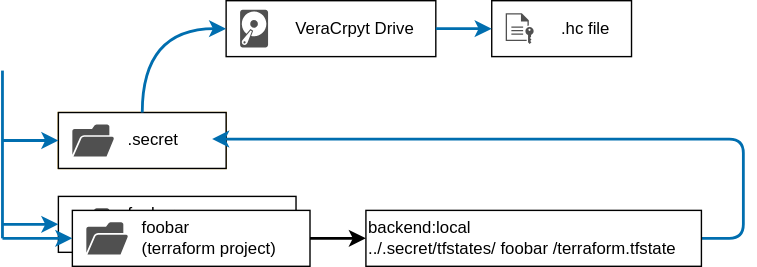
geektr-cloud/bigbang keeps this draw.io diagram as startup/.readme/storage.drawio.svg. Above is the earlier version. Source tidied: cells renumbered, new cells last; positions are measured from the earlier drawing's top-left corner, leaving out a move shared by most shapes. Source of this version:
```xml
<mxGraphModel>
  <root>
    <mxCell id="0" />
    <mxCell id="1" parent="0" />
    <mxCell id="2" style="group;" parent="1" vertex="1">
      <mxGeometry x="40" y="140" width="170" height="40" as="geometry" />
    </mxCell>
    <mxCell id="3" style="rounded=0;whiteSpace=wrap;html=1;" parent="2" vertex="1">
      <mxGeometry width="170" height="40" as="geometry" />
    </mxCell>
    <mxCell id="4" style="sketch=0;shadow=0;dashed=0;html=1;strokeColor=none;fillColor=#505050;labelPosition=center;verticalLabelPosition=bottom;verticalAlign=top;align=center;shape=mxgraph.office.concepts.folder_open;" parent="2" vertex="1">
      <mxGeometry x="10" y="8.5" width="30" height="23" as="geometry" />
    </mxCell>
    <mxCell id="5" value="foobar&lt;br&gt;(terraform project)" style="text;html=1;align=left;verticalAlign=middle;strokeColor=none;fillColor=none;spacingLeft=8;" parent="2" vertex="1">
      <mxGeometry x="40" width="130" height="40" as="geometry" />
    </mxCell>
    <mxCell id="6" style="group;fillColor=#ffe6cc;strokeColor=#d79b00;" parent="1" vertex="1">
      <mxGeometry x="40" y="80" width="120" height="40" as="geometry" />
    </mxCell>
    <mxCell id="7" style="rounded=0;whiteSpace=wrap;html=1;" parent="6" vertex="1">
      <mxGeometry width="120" height="40" as="geometry" />
    </mxCell>
    <mxCell id="8" style="sketch=0;shadow=0;dashed=0;html=1;strokeColor=none;fillColor=#505050;labelPosition=center;verticalLabelPosition=bottom;verticalAlign=top;align=center;shape=mxgraph.office.concepts.folder_open;" parent="6" vertex="1">
      <mxGeometry x="10" y="8.5" width="30" height="23" as="geometry" />
    </mxCell>
    <mxCell id="9" value=".secret" style="text;html=1;align=left;verticalAlign=middle;points=[];strokeColor=none;fillColor=none;spacingLeft=8;" parent="6" vertex="1">
      <mxGeometry x="40" y="5" width="70" height="30" as="geometry" />
    </mxCell>
    <mxCell id="10" style="group;" parent="1" vertex="1">
      <mxGeometry x="160" width="150" height="40" as="geometry" />
    </mxCell>
    <mxCell id="11" style="rounded=0;whiteSpace=wrap;html=1;" parent="10" vertex="1">
      <mxGeometry width="150" height="40" as="geometry" />
    </mxCell>
    <mxCell id="12" value="VeraCrpyt Drive" style="text;html=1;align=left;verticalAlign=middle;points=[];strokeColor=none;fillColor=none;spacingLeft=8;" parent="10" vertex="1">
      <mxGeometry x="40" y="5" width="110" height="30" as="geometry" />
    </mxCell>
    <mxCell id="13" style="sketch=0;shadow=0;dashed=0;html=1;strokeColor=none;fillColor=#505050;labelPosition=center;verticalLabelPosition=bottom;verticalAlign=top;align=center;shape=mxgraph.office.devices.hard_disk;" parent="10" vertex="1">
      <mxGeometry x="10" y="6.5" width="20" height="27" as="geometry" />
    </mxCell>
    <mxCell id="14" style="edgeStyle=orthogonalEdgeStyle;html=1;exitX=0.5;exitY=0;exitDx=0;exitDy=0;entryX=0;entryY=0.5;entryDx=0;entryDy=0;strokeWidth=2;curved=1;strokeColor=#006EAF;fillColor=#1ba1e2;" parent="1" edge="1" source="7" target="11">
      <mxGeometry relative="1" as="geometry" />
    </mxCell>
    <mxCell id="15" style="group;" parent="1" vertex="1">
      <mxGeometry x="50" y="150" width="170" height="40" as="geometry" />
    </mxCell>
    <mxCell id="16" style="rounded=0;whiteSpace=wrap;html=1;" parent="15" vertex="1">
      <mxGeometry width="170" height="40" as="geometry" />
    </mxCell>
    <mxCell id="17" style="sketch=0;shadow=0;dashed=0;html=1;strokeColor=none;fillColor=#505050;labelPosition=center;verticalLabelPosition=bottom;verticalAlign=top;align=center;shape=mxgraph.office.concepts.folder_open;" parent="15" vertex="1">
      <mxGeometry x="10" y="8.5" width="30" height="23" as="geometry" />
    </mxCell>
    <mxCell id="18" value="foobar&lt;br&gt;(terraform project)" style="text;html=1;align=left;verticalAlign=middle;points=[];strokeColor=none;fillColor=none;spacingLeft=8;" parent="15" vertex="1">
      <mxGeometry x="40" width="130" height="40" as="geometry" />
    </mxCell>
    <mxCell id="19" style="edgeStyle=orthogonalEdgeStyle;html=1;exitX=1;exitY=0.5;exitDx=0;exitDy=0;strokeWidth=2;rounded=1;strokeColor=#006EAF;fillColor=#1ba1e2;" parent="1" edge="1" source="20" target="9">
      <mxGeometry relative="1" as="geometry">
        <Array as="points">
          <mxPoint x="530" y="170" />
          <mxPoint x="530" y="99" />
        </Array>
      </mxGeometry>
    </mxCell>
    <mxCell id="20" value="backend:local&lt;br&gt;../.secret/tfstates/&lt;span style=&quot;&quot;&gt;foobar&lt;/span&gt;/terraform.tfstate" style="rounded=0;whiteSpace=wrap;html=1;labelBackgroundColor=none;align=left;" parent="1" vertex="1">
      <mxGeometry x="260" y="150" width="240" height="40" as="geometry" />
    </mxCell>
    <mxCell id="21" style="edgeStyle=orthogonalEdgeStyle;html=1;entryX=0;entryY=0.5;entryDx=0;entryDy=0;strokeWidth=2;curved=1;" parent="1" edge="1" source="18" target="20">
      <mxGeometry relative="1" as="geometry" />
    </mxCell>
    <mxCell id="22" style="group;" parent="1" vertex="1">
      <mxGeometry x="350" width="100" height="40" as="geometry" />
    </mxCell>
    <mxCell id="23" style="rounded=0;whiteSpace=wrap;html=1;" parent="22" vertex="1">
      <mxGeometry width="100" height="40" as="geometry" />
    </mxCell>
    <mxCell id="24" value=".hc file" style="text;html=1;align=left;verticalAlign=middle;strokeColor=none;fillColor=none;spacingLeft=8;" parent="22" vertex="1">
      <mxGeometry x="40" y="5" width="60" height="30" as="geometry" />
    </mxCell>
    <mxCell id="25" style="sketch=0;shadow=0;dashed=0;html=1;strokeColor=none;fillColor=#505050;labelPosition=center;verticalLabelPosition=bottom;verticalAlign=top;align=center;shape=mxgraph.office.concepts.file_key;labelBackgroundColor=none;" parent="22" vertex="1">
      <mxGeometry x="10" y="9" width="20" height="22.1" as="geometry" />
    </mxCell>
    <mxCell id="26" style="edgeStyle=orthogonalEdgeStyle;html=1;entryX=0;entryY=0.5;entryDx=0;entryDy=0;strokeWidth=2;curved=1;strokeColor=#006EAF;fillColor=#1ba1e2;" parent="1" edge="1" source="12" target="23">
      <mxGeometry relative="1" as="geometry" />
    </mxCell>
    <mxCell id="27" style="endArrow=none;html=1;strokeWidth=2;curved=1;strokeColor=#006EAF;fillColor=#1ba1e2;" parent="1" edge="1">
      <mxGeometry relative="1" as="geometry">
        <mxPoint y="170" as="sourcePoint" />
        <mxPoint y="50" as="targetPoint" />
      </mxGeometry>
    </mxCell>
    <mxCell id="28" style="endArrow=classic;html=1;entryX=0;entryY=0.5;entryDx=0;entryDy=0;strokeWidth=2;curved=1;strokeColor=#006EAF;fillColor=#1ba1e2;" parent="1" edge="1" target="3">
      <mxGeometry relative="1" as="geometry">
        <mxPoint y="160" as="sourcePoint" />
      </mxGeometry>
    </mxCell>
    <mxCell id="29" style="endArrow=classic;html=1;entryX=0;entryY=0.5;entryDx=0;entryDy=0;strokeWidth=2;curved=1;strokeColor=#006EAF;fillColor=#1ba1e2;" parent="1" edge="1" target="7">
      <mxGeometry relative="1" as="geometry">
        <mxPoint y="100" as="sourcePoint" />
      </mxGeometry>
    </mxCell>
    <mxCell id="30" style="endArrow=classic;html=1;entryX=0;entryY=0.5;entryDx=0;entryDy=0;strokeWidth=2;curved=1;strokeColor=#006EAF;fillColor=#1ba1e2;" parent="1" edge="1" target="16">
      <mxGeometry relative="1" as="geometry">
        <mxPoint y="170" as="sourcePoint" />
      </mxGeometry>
    </mxCell>
  </root>
</mxGraphModel>
```
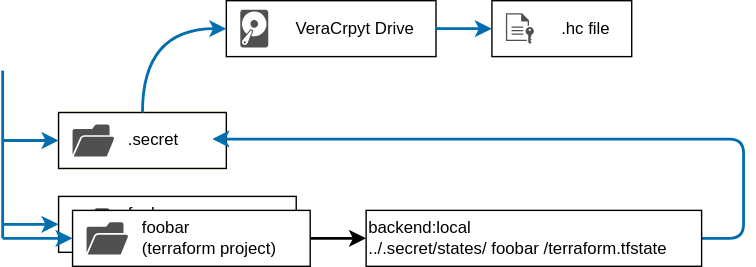
After the change.

Diff of the diagram source:
```diff
@@ -61,7 +61,7 @@
         </Array>
       </mxGeometry>
     </mxCell>
-    <mxCell id="20" value="backend:local&lt;br&gt;../.secret/tfstates/&lt;span style=&quot;&quot;&gt;foobar&lt;/span&gt;/terraform.tfstate" style="rounded=0;whiteSpace=wrap;html=1;labelBackgroundColor=none;align=left;" parent="1" vertex="1">
+    <mxCell id="20" value="backend:local&lt;br&gt;../.secret/states/&lt;span style=&quot;&quot;&gt;foobar&lt;/span&gt;/terraform.tfstate" style="rounded=0;whiteSpace=wrap;html=1;labelBackgroundColor=none;align=left;" parent="1" vertex="1">
       <mxGeometry x="260" y="150" width="240" height="40" as="geometry" />
     </mxCell>
     <mxCell id="21" style="edgeStyle=orthogonalEdgeStyle;html=1;entryX=0;entryY=0.5;entryDx=0;entryDy=0;strokeWidth=2;curved=1;" parent="1" edge="1" source="18" target="20">
```
